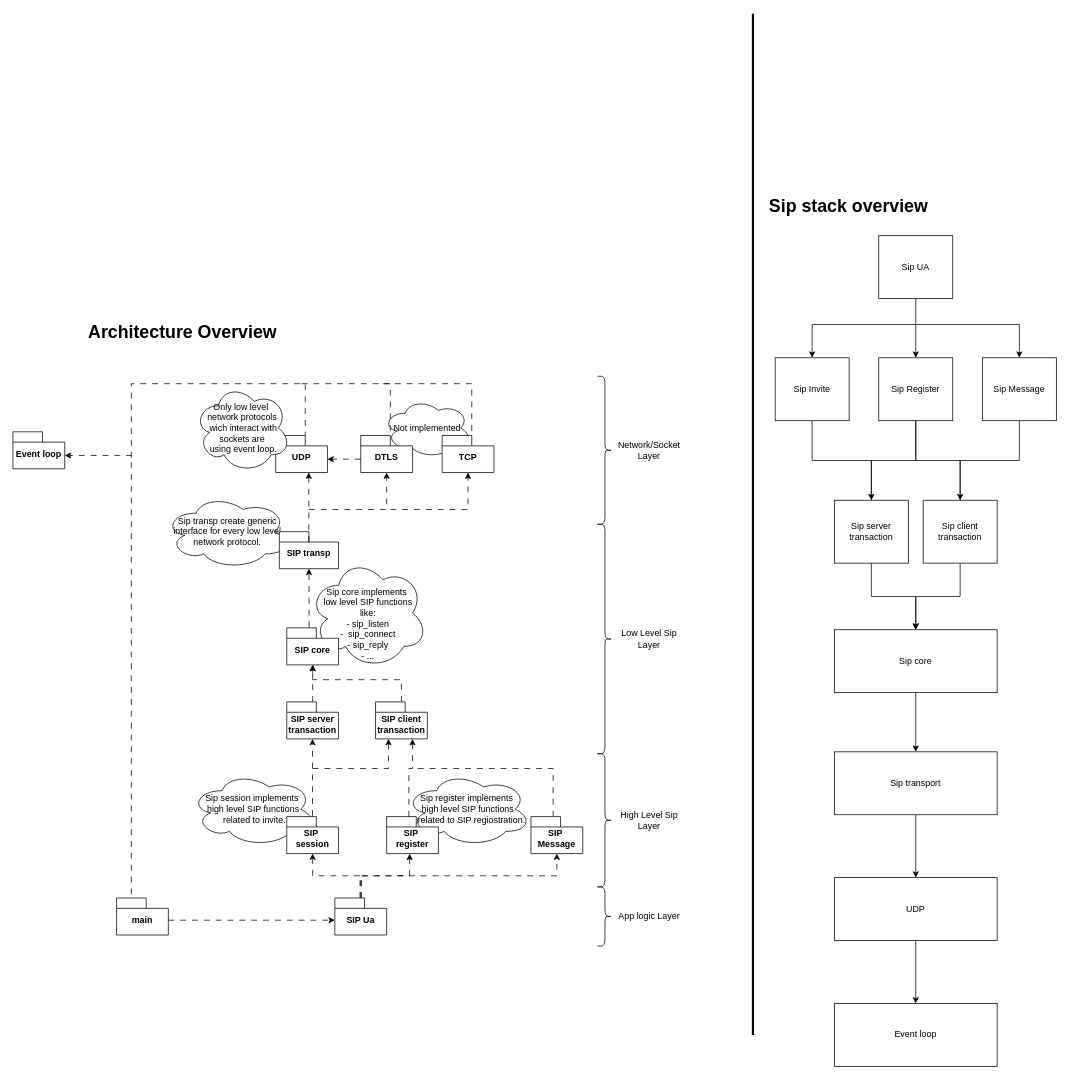
KubaTaba1uga/c_minilib_sip_ua keeps this draw.io diagram as page "Architecture overview" (1 of 2) of docs/architecture.drawio. Above is the earlier version. Source tidied: cells renumbered, new cells numbered last; positions are measured from the earlier drawing's top-left corner, leaving out a move shared by most shapes. Both pictures are drawn from the tidied source at 74%, with x=0, y=0 at pixel (13, 13).
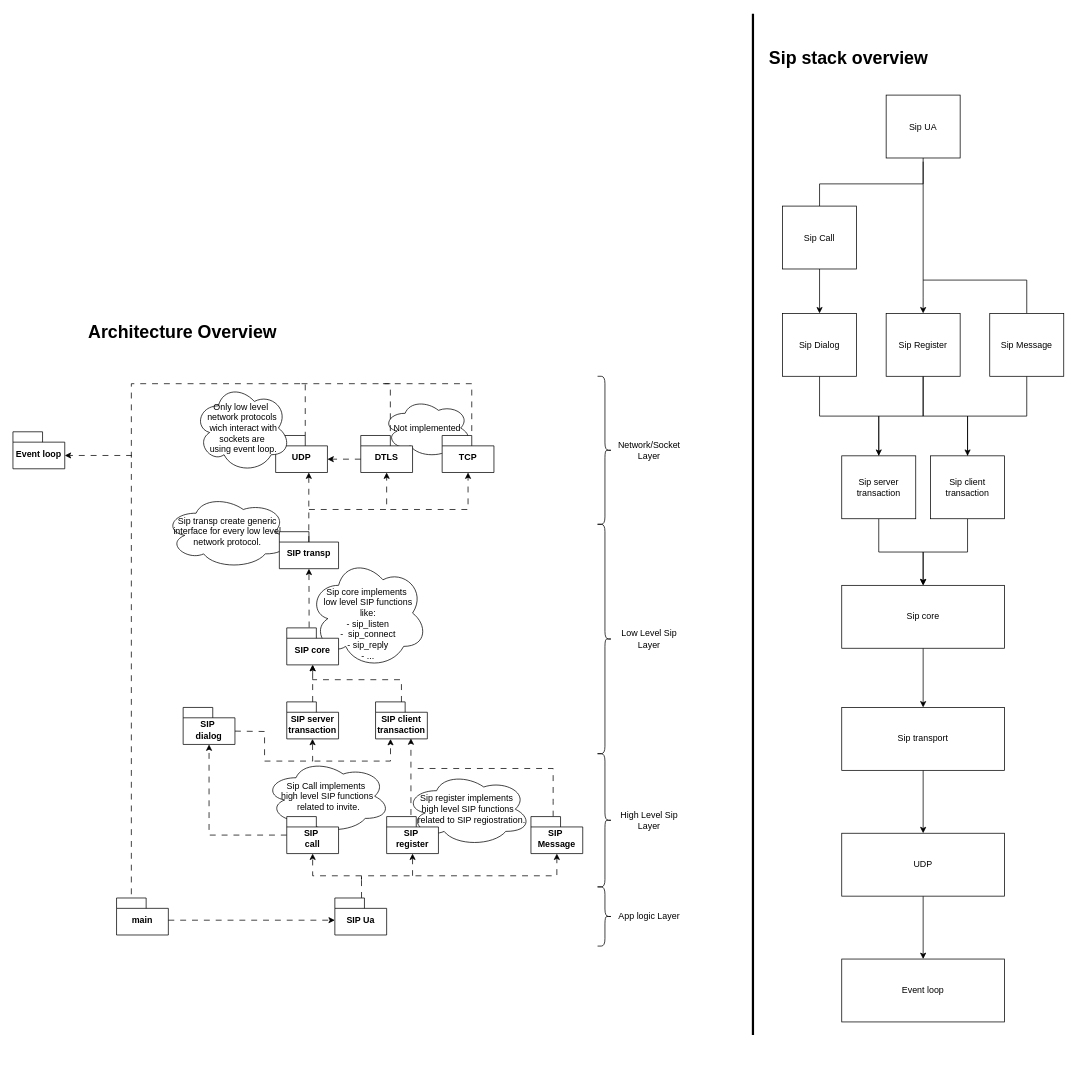
The same diagram, later.

Commit message:
improve design

The change refers to these unchanged cells:
```xml
<mxCell id="27" value="SIP Ua" style="shape=folder;fontStyle=1;spacingTop=10;tabWidth=40;tabHeight=14;tabPosition=left;html=1;whiteSpace=wrap;" parent="1" vertex="1">
  <mxGeometry x="435" y="1195" width="70" height="50" as="geometry" />
</mxCell>
<mxCell id="40" value="SIP&amp;nbsp;&lt;div&gt;Message&lt;/div&gt;" style="shape=folder;fontStyle=1;spacingTop=10;tabWidth=40;tabHeight=14;tabPosition=left;html=1;whiteSpace=wrap;" parent="1" vertex="1">
  <mxGeometry x="700" y="1085" width="70" height="50" as="geometry" />
</mxCell>
<mxCell id="43" value="SIP&amp;nbsp;&lt;div&gt;register&lt;/div&gt;" style="shape=folder;fontStyle=1;spacingTop=10;tabWidth=40;tabHeight=14;tabPosition=left;html=1;whiteSpace=wrap;" parent="1" vertex="1">
  <mxGeometry x="505" y="1085" width="70" height="50" as="geometry" />
</mxCell>
<mxCell id="47" value="SIP client&lt;div&gt;transaction&lt;/div&gt;" style="shape=folder;fontStyle=1;spacingTop=10;tabWidth=40;tabHeight=14;tabPosition=left;html=1;whiteSpace=wrap;" parent="1" vertex="1">
  <mxGeometry x="490" y="930" width="70" height="50" as="geometry" />
</mxCell>
```

Change to the diagram source:
```diff
@@
     <mxCell id="3" value="&lt;h1 style=&quot;margin-top: 0px;&quot;&gt;Sip stack overview&lt;/h1&gt;" style="text;html=1;whiteSpace=wrap;overflow=hidden;rounded=0;" parent="1" vertex="1">
-      <mxGeometry x="1020" y="240" width="260" height="120" as="geometry" />
+      <mxGeometry x="1020" y="40" width="260" height="120" as="geometry" />
     </mxCell>
@@
     <mxCell id="5" value="Sip core" style="rounded=0;whiteSpace=wrap;html=1;" parent="1" vertex="1">
-      <mxGeometry x="1110" y="832.5" width="220" height="85" as="geometry" />
+      <mxGeometry x="1120" y="772.5" width="220" height="85" as="geometry" />
     </mxCell>
@@
     <mxCell id="7" value="Sip transport" style="rounded=0;whiteSpace=wrap;html=1;" parent="1" vertex="1">
-      <mxGeometry x="1110" y="997.5" width="220" height="85" as="geometry" />
+      <mxGeometry x="1120" y="937.5" width="220" height="85" as="geometry" />
     </mxCell>
@@
     <mxCell id="9" value="UDP" style="rounded=0;whiteSpace=wrap;html=1;" parent="1" vertex="1">
-      <mxGeometry x="1110" y="1167.5" width="220" height="85" as="geometry" />
+      <mxGeometry x="1120" y="1107.5" width="220" height="85" as="geometry" />
     </mxCell>
     <mxCell id="10" value="Event loop" style="rounded=0;whiteSpace=wrap;html=1;" parent="1" vertex="1">
-      <mxGeometry x="1110" y="1337.5" width="220" height="85" as="geometry" />
+      <mxGeometry x="1120" y="1277.5" width="220" height="85" as="geometry" />
     </mxCell>
@@
-    <mxCell id="14" value="Sip session implements&amp;nbsp;&lt;div&gt;high level SIP functions&lt;/div&gt;&lt;div&gt;&amp;nbsp;related to invite.&lt;/div&gt;" style="ellipse;shape=cloud;whiteSpace=wrap;html=1;" parent="1" vertex="1">
-      <mxGeometry x="240" y="1025" width="170" height="100" as="geometry" />
+    <mxCell id="14" value="Sip Call implements&amp;nbsp;&lt;div&gt;high level SIP functions&lt;/div&gt;&lt;div&gt;&amp;nbsp;related to invite.&lt;/div&gt;" style="ellipse;shape=cloud;whiteSpace=wrap;html=1;" parent="1" vertex="1">
+      <mxGeometry x="340" y="1007.5" width="170" height="100" as="geometry" />
     </mxCell>
@@
-    <mxCell id="22" style="edgeStyle=orthogonalEdgeStyle;rounded=0;jettySize=auto;html=1;endArrow=classic;startFill=0;dashed=1;dashPattern=8 8;strokeColor=default;align=center;verticalAlign=middle;fontFamily=Helvetica;fontSize=11;fontColor=default;labelBackgroundColor=default;entryX=0.25;entryY=1;entryDx=0;entryDy=0;entryPerimeter=0;endFill=1;" parent="1" edge="1" target="47">
+    <mxCell id="22" style="edgeStyle=orthogonalEdgeStyle;rounded=0;jettySize=auto;html=1;endArrow=classic;startFill=0;dashed=1;dashPattern=8 8;strokeColor=default;align=center;verticalAlign=middle;fontFamily=Helvetica;fontSize=11;fontColor=default;labelBackgroundColor=default;entryX=0.289;entryY=1.003;entryDx=0;entryDy=0;entryPerimeter=0;endFill=1;" parent="1" edge="1" target="47">
       <mxGeometry relative="1" as="geometry">
-        <mxPoint x="405" y="1020" as="sourcePoint" />
+        <mxPoint x="407.5" y="1010" as="sourcePoint" />
         <Array as="points">
-          <mxPoint x="508" y="1020" />
+          <mxPoint x="510" y="1010" />
         </Array>
       </mxGeometry>
     </mxCell>
+    <mxCell id="77" style="edgeStyle=orthogonalEdgeStyle;rounded=0;jettySize=auto;html=1;entryX=0.5;entryY=1;entryDx=0;entryDy=0;entryPerimeter=0;dashed=1;dashPattern=8 8;" parent="1" edge="1" source="23" target="82">
+      <mxGeometry relative="1" as="geometry" />
+    </mxCell>
-    <mxCell id="23" value="SIP&amp;nbsp;&lt;div&gt;session&lt;/div&gt;" style="shape=folder;fontStyle=1;spacingTop=10;tabWidth=40;tabHeight=14;tabPosition=left;html=1;whiteSpace=wrap;" parent="1" vertex="1">
+    <mxCell id="23" value="SIP&amp;nbsp;&lt;div&gt;call&lt;/div&gt;" style="shape=folder;fontStyle=1;spacingTop=10;tabWidth=40;tabHeight=14;tabPosition=left;html=1;whiteSpace=wrap;" parent="1" vertex="1">
       <mxGeometry x="370" y="1085" width="70" height="50" as="geometry" />
     </mxCell>
@@
-    <mxCell id="28" style="endArrow=classic;html=1;rounded=0;entryX=0.444;entryY=1.004;entryDx=0;entryDy=0;entryPerimeter=0;dashed=1;dashPattern=8 8;" parent="1" edge="1" target="43">
+    <mxCell id="28" style="endArrow=none;html=1;rounded=0;dashed=1;dashPattern=8 8;exitX=0.515;exitY=-0.002;exitDx=0;exitDy=0;exitPerimeter=0;startFill=0;" parent="1" edge="1" source="27">
       <mxGeometry relative="1" as="geometry">
-        <mxPoint x="470" y="1195" as="sourcePoint" />
+        <mxPoint x="471" y="1160" as="targetPoint" />
         <Array as="points">
-          <mxPoint x="470" y="1165" />
-          <mxPoint x="536" y="1165" />
+          <mxPoint x="471" y="1165" />
+          <mxPoint x="471" y="1170" />
         </Array>
       </mxGeometry>
     </mxCell>
     <mxCell id="29" style="endArrow=classic;html=1;rounded=0;entryX=0.5;entryY=1;entryDx=0;entryDy=0;entryPerimeter=0;dashed=1;dashPattern=8 8;" parent="1" edge="1" target="23">
       <mxGeometry relative="1" as="geometry">
-        <mxPoint x="471" y="1195" as="sourcePoint" />
+        <mxPoint x="471" y="1165" as="sourcePoint" />
         <Array as="points">
           <mxPoint x="471" y="1165" />
           <mxPoint x="405" y="1165" />
         </Array>
       </mxGeometry>
     </mxCell>
@@
     <mxCell id="41" style="endArrow=classic;html=1;rounded=0;entryX=0.5;entryY=1;entryDx=0;entryDy=0;entryPerimeter=0;dashed=1;dashPattern=8 8;" parent="1" edge="1" target="40">
       <mxGeometry relative="1" as="geometry">
-        <mxPoint x="469" y="1195" as="sourcePoint" />
+        <mxPoint x="480" y="1165" as="sourcePoint" />
         <Array as="points">
-          <mxPoint x="469" y="1165" />
           <mxPoint x="735" y="1165" />
         </Array>
       </mxGeometry>
     </mxCell>
@@
+    <mxCell id="78" style="edgeStyle=orthogonalEdgeStyle;rounded=0;jettySize=auto;html=1;endArrow=none;startFill=1;dashed=1;dashPattern=8 8;startArrow=classic;" parent="1" edge="1" source="43">
+      <mxGeometry relative="1" as="geometry">
+        <mxPoint x="540" y="1165" as="targetPoint" />
+      </mxGeometry>
+    </mxCell>
@@
-    <mxCell id="48" style="endArrow=classic;html=1;rounded=0;dashed=1;dashPattern=8 8;strokeColor=default;align=center;verticalAlign=middle;fontFamily=Helvetica;fontSize=11;fontColor=default;labelBackgroundColor=default;exitX=0.429;exitY=0.001;exitDx=0;exitDy=0;exitPerimeter=0;entryX=0.713;entryY=1.004;entryDx=0;entryDy=0;entryPerimeter=0;" parent="1" edge="1" source="43" target="47">
-      <mxGeometry relative="1" as="geometry">
-        <Array as="points">
-          <mxPoint x="535" y="1020" />
-          <mxPoint x="540" y="1020" />
-        </Array>
-      </mxGeometry>
+    <mxCell id="48" style="endArrow=classic;html=1;rounded=0;dashed=1;dashPattern=8 8;strokeColor=default;align=center;verticalAlign=middle;fontFamily=Helvetica;fontSize=11;fontColor=default;labelBackgroundColor=default;exitX=0.469;exitY=-0.044;exitDx=0;exitDy=0;exitPerimeter=0;entryX=0.683;entryY=0.987;entryDx=0;entryDy=0;entryPerimeter=0;" parent="1" edge="1" source="43" target="47">
+      <mxGeometry relative="1" as="geometry" />
     </mxCell>
-    <mxCell id="49" style="endArrow=classic;html=1;rounded=0;dashed=1;dashPattern=8 8;strokeColor=default;align=center;verticalAlign=middle;fontFamily=Helvetica;fontSize=11;fontColor=default;labelBackgroundColor=default;exitX=0.429;exitY=0.001;exitDx=0;exitDy=0;exitPerimeter=0;entryX=0.431;entryY=1.016;entryDx=0;entryDy=0;entryPerimeter=0;" parent="1" edge="1">
+    <mxCell id="49" style="endArrow=classic;html=1;rounded=0;dashed=1;dashPattern=8 8;strokeColor=default;align=center;verticalAlign=middle;fontFamily=Helvetica;fontSize=11;fontColor=default;labelBackgroundColor=default;exitX=0;exitY=0;exitDx=70;exitDy=32;exitPerimeter=0;entryX=0.431;entryY=1.016;entryDx=0;entryDy=0;entryPerimeter=0;" parent="1" edge="1" source="82">
       <mxGeometry relative="1" as="geometry">
-        <mxPoint x="404.8" y="1084" as="sourcePoint" />
         <mxPoint x="404.8" y="980" as="targetPoint" />
+        <Array as="points">
+          <mxPoint x="340" y="970" />
+          <mxPoint x="340" y="1010" />
+          <mxPoint x="405" y="1010" />
+        </Array>
       </mxGeometry>
     </mxCell>
@@
     <mxCell id="64" value="Sip server transaction" style="rounded=0;whiteSpace=wrap;html=1;" parent="1" vertex="1">
-      <mxGeometry x="1110" y="657.5" width="100" height="85" as="geometry" />
+      <mxGeometry x="1120" y="597.5" width="100" height="85" as="geometry" />
     </mxCell>
@@
     <mxCell id="67" value="Sip client transaction" style="rounded=0;whiteSpace=wrap;html=1;" parent="1" vertex="1">
-      <mxGeometry x="1230" y="657.5" width="100" height="85" as="geometry" />
+      <mxGeometry x="1240" y="597.5" width="100" height="85" as="geometry" />
     </mxCell>
@@
-    <mxCell id="69" style="edgeStyle=orthogonalEdgeStyle;rounded=0;jettySize=auto;html=1;endArrow=none;startFill=1;startArrow=classic;" parent="1" edge="1" source="70">
+    <mxCell id="69" style="edgeStyle=orthogonalEdgeStyle;rounded=0;jettySize=auto;html=1;endArrow=none;startFill=1;startArrow=classic;entryX=0.5;entryY=1;entryDx=0;entryDy=0;" parent="1" edge="1" source="70" target="81">
       <mxGeometry relative="1" as="geometry">
-        <mxPoint x="1220" y="420" as="targetPoint" />
         <Array as="points">
-          <mxPoint x="1080" y="420" />
+          <mxPoint x="1090" y="340" />
+          <mxPoint x="1090" y="340" />
         </Array>
       </mxGeometry>
     </mxCell>
-    <mxCell id="70" value="Sip Invite" style="rounded=0;whiteSpace=wrap;html=1;" parent="1" vertex="1">
-      <mxGeometry x="1030" y="465" width="100" height="85" as="geometry" />
+    <mxCell id="70" value="Sip Dialog" style="rounded=0;whiteSpace=wrap;html=1;" parent="1" vertex="1">
+      <mxGeometry x="1040" y="405" width="100" height="85" as="geometry" />
     </mxCell>
+    <mxCell id="79" style="edgeStyle=orthogonalEdgeStyle;rounded=0;jettySize=auto;html=1;endArrow=none;startFill=1;startArrow=classic;" parent="1" edge="1" source="71">
+      <mxGeometry relative="1" as="geometry">
+        <mxPoint x="1230" y="360" as="targetPoint" />
+      </mxGeometry>
+    </mxCell>
     <mxCell id="71" value="Sip Register" style="rounded=0;whiteSpace=wrap;html=1;" parent="1" vertex="1">
-      <mxGeometry x="1170" y="465" width="100" height="85" as="geometry" />
+      <mxGeometry x="1180" y="405" width="100" height="85" as="geometry" />
     </mxCell>
@@
-    <mxCell id="73" style="edgeStyle=orthogonalEdgeStyle;rounded=0;jettySize=auto;html=1;endArrow=none;startFill=1;startArrow=classic;" parent="1" edge="1" source="74">
+    <mxCell id="73" style="edgeStyle=orthogonalEdgeStyle;rounded=0;jettySize=auto;html=1;endArrow=none;startFill=0;startArrow=none;" parent="1" edge="1" source="74">
       <mxGeometry relative="1" as="geometry">
-        <mxPoint x="1220" y="420" as="targetPoint" />
+        <mxPoint x="1230" y="200" as="targetPoint" />
         <Array as="points">
-          <mxPoint x="1360" y="420" />
+          <mxPoint x="1370" y="360" />
         </Array>
       </mxGeometry>
     </mxCell>
     <mxCell id="74" value="Sip Message" style="rounded=0;whiteSpace=wrap;html=1;" parent="1" vertex="1">
-      <mxGeometry x="1310" y="465" width="100" height="85" as="geometry" />
+      <mxGeometry x="1320" y="405" width="100" height="85" as="geometry" />
     </mxCell>
-    <mxCell id="75" style="edgeStyle=orthogonalEdgeStyle;rounded=0;jettySize=auto;html=1;" parent="1" edge="1" source="76" target="71">
-      <mxGeometry relative="1" as="geometry" />
-    </mxCell>
     <mxCell id="76" value="Sip UA" style="rounded=0;whiteSpace=wrap;html=1;" parent="1" vertex="1">
-      <mxGeometry x="1170" y="300" width="100" height="85" as="geometry" />
+      <mxGeometry x="1180" y="110" width="100" height="85" as="geometry" />
     </mxCell>
+    <mxCell id="80" style="edgeStyle=orthogonalEdgeStyle;rounded=0;jettySize=auto;html=1;entryX=0.5;entryY=1;entryDx=0;entryDy=0;endArrow=none;startFill=0;" parent="1" edge="1" source="81" target="76">
+      <mxGeometry relative="1" as="geometry">
+        <Array as="points">
+          <mxPoint x="1090" y="230" />
+          <mxPoint x="1230" y="230" />
+        </Array>
+      </mxGeometry>
+    </mxCell>
+    <mxCell id="81" value="Sip Call" style="rounded=0;whiteSpace=wrap;html=1;" parent="1" vertex="1">
+      <mxGeometry x="1040" y="260" width="100" height="85" as="geometry" />
+    </mxCell>
+    <mxCell id="82" value="SIP&amp;nbsp;&lt;div&gt;dialog&lt;/div&gt;" style="shape=folder;fontStyle=1;spacingTop=10;tabWidth=40;tabHeight=14;tabPosition=left;html=1;whiteSpace=wrap;" parent="1" vertex="1">
+      <mxGeometry x="230" y="937.5" width="70" height="50" as="geometry" />
+    </mxCell>
```
